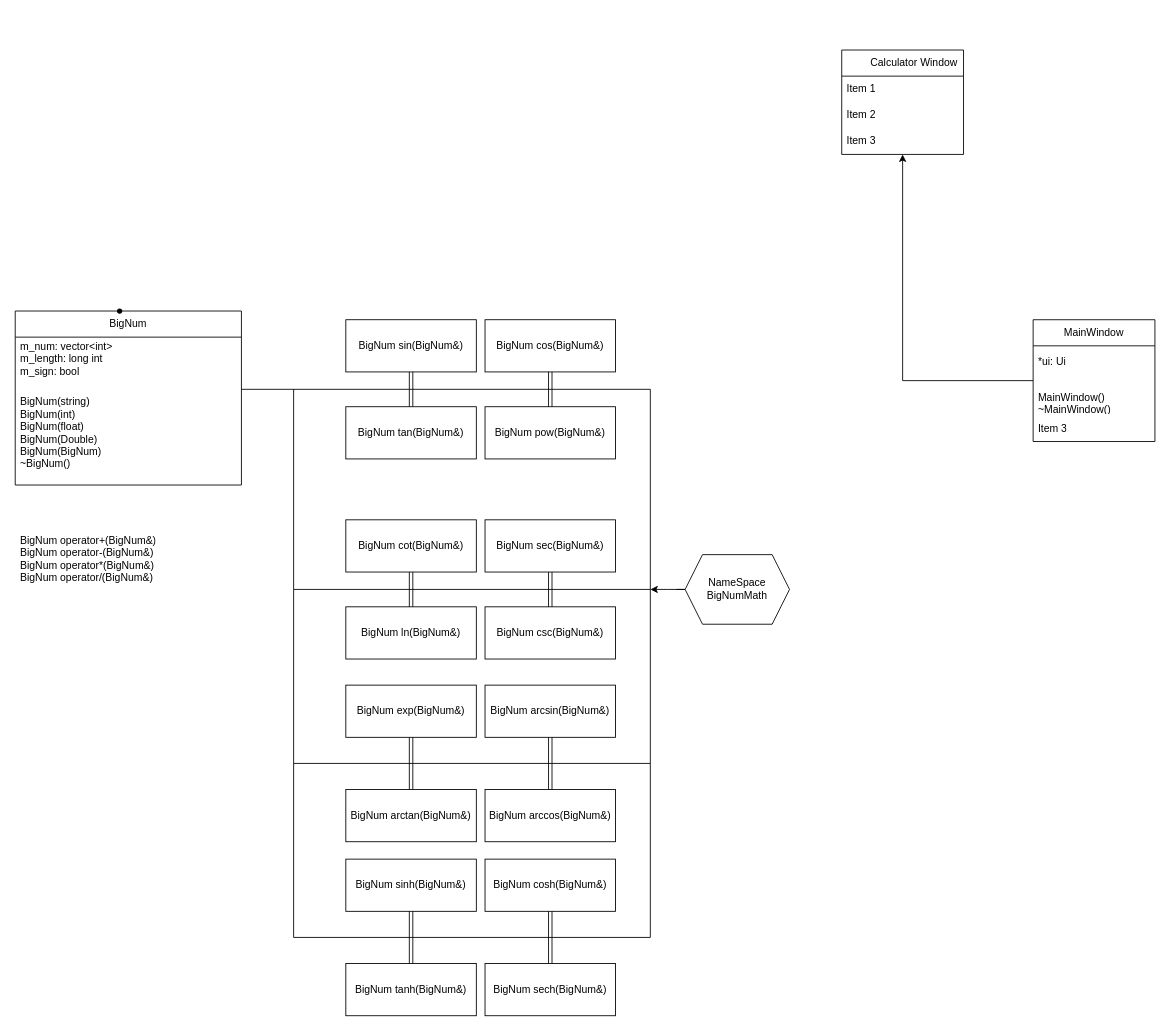
This is calculator.drawio from Aersuy/Aersuy.github.io, a draw.io file, before an edit. Source tidied: cells renumbered, new cells numbered last; positions are measured from the earlier drawing's top-left corner, leaving out a move shared by most shapes. Both pictures are drawn from the tidied source at 87%, with x=0, y=0 at pixel (15, 50).
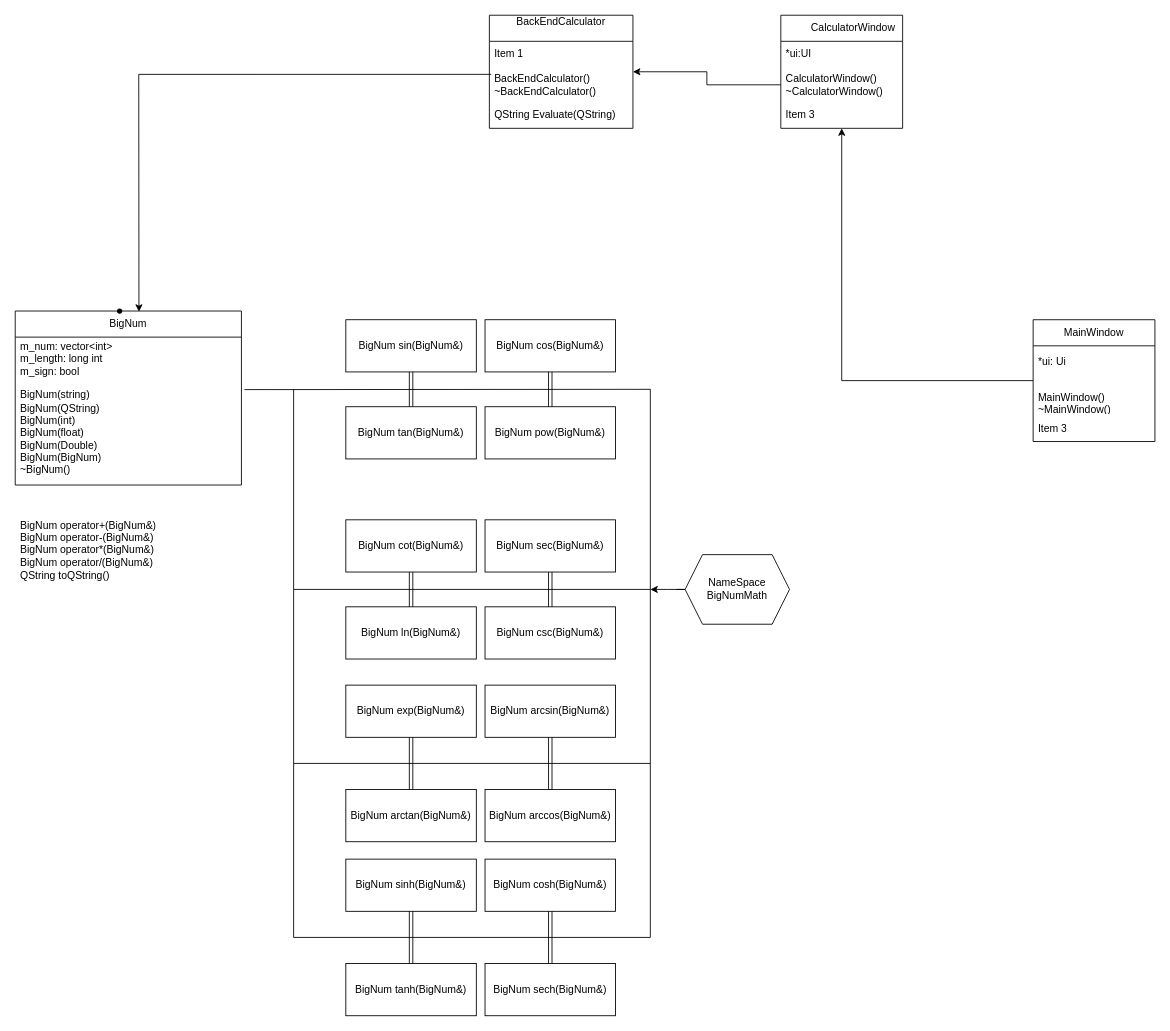
Above is the later version.

Unchanged cells that the change refers to:
```xml
<mxCell id="2" value="BigNum" style="swimlane;fontStyle=0;horizontal=1;startSize=30;whiteSpace=wrap;html=1;" parent="1" vertex="1">
  <mxGeometry y="300" width="260" height="200" as="geometry" />
</mxCell>
```

The edit, as a diff of the source:
```diff
@@
-    <mxCell id="4" value="&lt;div&gt;BigNum(string)&lt;/div&gt;&lt;div&gt;BigNum(int)&lt;/div&gt;&lt;div&gt;BigNum(float)&lt;/div&gt;&lt;div&gt;BigNum(Double)&lt;/div&gt;&lt;div&gt;BigNum(BigNum)&lt;br&gt;&lt;/div&gt;&lt;div&gt;~BigNum()&lt;br&gt;&lt;/div&gt;" style="text;strokeColor=none;fillColor=none;align=left;verticalAlign=middle;spacingLeft=4;spacingRight=4;overflow=hidden;points=[[0,0.5],[1,0.5]];portConstraint=eastwest;whiteSpace=wrap;html=1;" parent="2" vertex="1">
+    <mxCell id="4" value="&lt;div&gt;BigNum(string)&lt;/div&gt;&lt;div&gt;BigNum(QString)&lt;br&gt;&lt;/div&gt;&lt;div&gt;BigNum(int)&lt;/div&gt;&lt;div&gt;BigNum(float)&lt;/div&gt;&lt;div&gt;BigNum(Double)&lt;/div&gt;&lt;div&gt;BigNum(BigNum)&lt;br&gt;&lt;/div&gt;&lt;div&gt;~BigNum()&lt;br&gt;&lt;/div&gt;" style="text;strokeColor=none;fillColor=none;align=left;verticalAlign=middle;spacingLeft=4;spacingRight=4;overflow=hidden;points=[[0,0.5],[1,0.5]];portConstraint=eastwest;whiteSpace=wrap;html=1;" parent="2" vertex="1">
       <mxGeometry y="80" width="260" height="120" as="geometry" />
     </mxCell>
@@
-    <mxCell id="9" style="endArrow=none;html=1;rounded=0;" parent="1" edge="1">
+    <mxCell id="9" style="endArrow=none;html=1;rounded=0;exitX=1.013;exitY=0.086;exitDx=0;exitDy=0;exitPerimeter=0;" parent="1" edge="1" source="4">
       <mxGeometry relative="1" as="geometry">
-        <mxPoint x="260" y="390" as="sourcePoint" />
         <mxPoint x="730" y="390" as="targetPoint" />
       </mxGeometry>
     </mxCell>
@@
-    <mxCell id="34" value="&lt;div&gt;BigNum operator+(BigNum&amp;amp;)&lt;br&gt;&lt;/div&gt;&lt;div&gt;BigNum operator-(BigNum&amp;amp;)&lt;/div&gt;&lt;div&gt;BigNum operator*(BigNum&amp;amp;)&lt;/div&gt;&lt;div&gt;BigNum operator/(BigNum&amp;amp;)&lt;br&gt;&lt;/div&gt;" style="text;strokeColor=none;fillColor=none;align=left;verticalAlign=middle;spacingLeft=4;spacingRight=4;overflow=hidden;whiteSpace=wrap;html=1;" parent="1" vertex="1">
-      <mxGeometry y="510" width="260" height="150" as="geometry" />
+    <mxCell id="34" value="&lt;div&gt;BigNum operator+(BigNum&amp;amp;)&lt;br&gt;&lt;/div&gt;&lt;div&gt;BigNum operator-(BigNum&amp;amp;)&lt;/div&gt;&lt;div&gt;BigNum operator*(BigNum&amp;amp;)&lt;/div&gt;&lt;div&gt;BigNum operator/(BigNum&amp;amp;)&lt;/div&gt;&lt;div&gt;QString toQString()&lt;br&gt;&lt;/div&gt;" style="text;strokeColor=none;fillColor=none;align=left;verticalAlign=middle;spacingLeft=4;spacingRight=4;overflow=hidden;whiteSpace=wrap;html=1;" parent="1" vertex="1">
+      <mxGeometry y="500" width="260" height="150" as="geometry" />
     </mxCell>
@@
-    <mxCell id="48" value="&lt;span style=&quot;white-space: pre;&quot;&gt;&#9;&lt;/span&gt;Calculator Window" style="swimlane;fontStyle=0;horizontal=1;startSize=30;whiteSpace=wrap;html=1;" parent="1" vertex="1">
-      <mxGeometry x="950" width="140" height="120" as="geometry" />
+    <mxCell id="48" value="&lt;span style=&quot;white-space: pre;&quot;&gt;&#9;&lt;/span&gt;CalculatorWindow" style="swimlane;fontStyle=0;horizontal=1;startSize=30;whiteSpace=wrap;html=1;" parent="1" vertex="1">
+      <mxGeometry x="880" y="-40" width="140" height="130" as="geometry" />
     </mxCell>
-    <mxCell id="49" value="Item 1" style="text;strokeColor=none;fillColor=none;align=left;verticalAlign=middle;spacingLeft=4;spacingRight=4;overflow=hidden;whiteSpace=wrap;html=1;" parent="48" vertex="1">
+    <mxCell id="49" value="*ui:UI" style="text;strokeColor=none;fillColor=none;align=left;verticalAlign=middle;spacingLeft=4;spacingRight=4;overflow=hidden;whiteSpace=wrap;html=1;" parent="48" vertex="1">
       <mxGeometry y="30" width="140" height="30" as="geometry" />
     </mxCell>
-    <mxCell id="50" value="Item 2" style="text;strokeColor=none;fillColor=none;align=left;verticalAlign=middle;spacingLeft=4;spacingRight=4;overflow=hidden;points=[[0,0.5],[1,0.5]];portConstraint=eastwest;whiteSpace=wrap;html=1;" parent="48" vertex="1">
-      <mxGeometry y="60" width="140" height="30" as="geometry" />
+    <mxCell id="50" value="&lt;div&gt;CalculatorWindow()&lt;/div&gt;&lt;div&gt;~CalculatorWindow()&lt;br&gt;&lt;/div&gt;" style="text;strokeColor=none;fillColor=none;align=left;verticalAlign=middle;spacingLeft=4;spacingRight=4;overflow=hidden;points=[[0,0.5],[1,0.5]];portConstraint=eastwest;whiteSpace=wrap;html=1;" parent="48" vertex="1">
+      <mxGeometry y="60" width="140" height="40" as="geometry" />
     </mxCell>
     <mxCell id="51" value="Item 3" style="text;strokeColor=none;fillColor=none;align=left;verticalAlign=middle;spacingLeft=4;spacingRight=4;overflow=hidden;whiteSpace=wrap;html=1;" parent="48" vertex="1">
-      <mxGeometry y="90" width="140" height="30" as="geometry" />
+      <mxGeometry y="100" width="140" height="30" as="geometry" />
     </mxCell>
@@
+    <mxCell id="53" value="&lt;div&gt;BackEndCalculator&lt;/div&gt;&lt;div&gt;&lt;br&gt;&lt;/div&gt;" style="swimlane;fontStyle=0;horizontal=1;startSize=30;whiteSpace=wrap;html=1;" parent="1" vertex="1">
+      <mxGeometry x="545" y="-40" width="165" height="130" as="geometry" />
+    </mxCell>
+    <mxCell id="54" value="Item 1" style="text;strokeColor=none;fillColor=none;align=left;verticalAlign=middle;spacingLeft=4;spacingRight=4;overflow=hidden;whiteSpace=wrap;html=1;" parent="53" vertex="1">
+      <mxGeometry y="30" width="165" height="30" as="geometry" />
+    </mxCell>
+    <mxCell id="55" value="&lt;div&gt;BackEndCalculator()&lt;/div&gt;&lt;div&gt;~BackEndCalculator()&lt;br&gt;&lt;/div&gt;" style="text;strokeColor=none;fillColor=none;align=left;verticalAlign=middle;spacingLeft=4;spacingRight=4;overflow=hidden;points=[[0,0.5],[1,0.5]];portConstraint=eastwest;whiteSpace=wrap;html=1;" parent="53" vertex="1">
+      <mxGeometry y="60" width="165" height="40" as="geometry" />
+    </mxCell>
+    <mxCell id="56" value="QString Evaluate(QString)" style="text;strokeColor=none;fillColor=none;align=left;verticalAlign=middle;spacingLeft=4;spacingRight=4;overflow=hidden;whiteSpace=wrap;html=1;" parent="53" vertex="1">
+      <mxGeometry y="100" width="165" height="30" as="geometry" />
+    </mxCell>
+    <mxCell id="57" style="edgeStyle=orthogonalEdgeStyle;rounded=0;jettySize=auto;html=1;" parent="1" edge="1" source="50" target="53">
+      <mxGeometry relative="1" as="geometry" />
+    </mxCell>
+    <mxCell id="58" style="endArrow=classic;html=1;rounded=0;exitX=0.013;exitY=0.199;exitDx=0;exitDy=0;exitPerimeter=0;entryX=0.547;entryY=0.004;entryDx=0;entryDy=0;entryPerimeter=0;" parent="1" edge="1" source="55" target="2">
+      <mxGeometry relative="1" as="geometry">
+        <Array as="points">
+          <mxPoint x="142" y="28" />
+        </Array>
+      </mxGeometry>
+    </mxCell>
```
